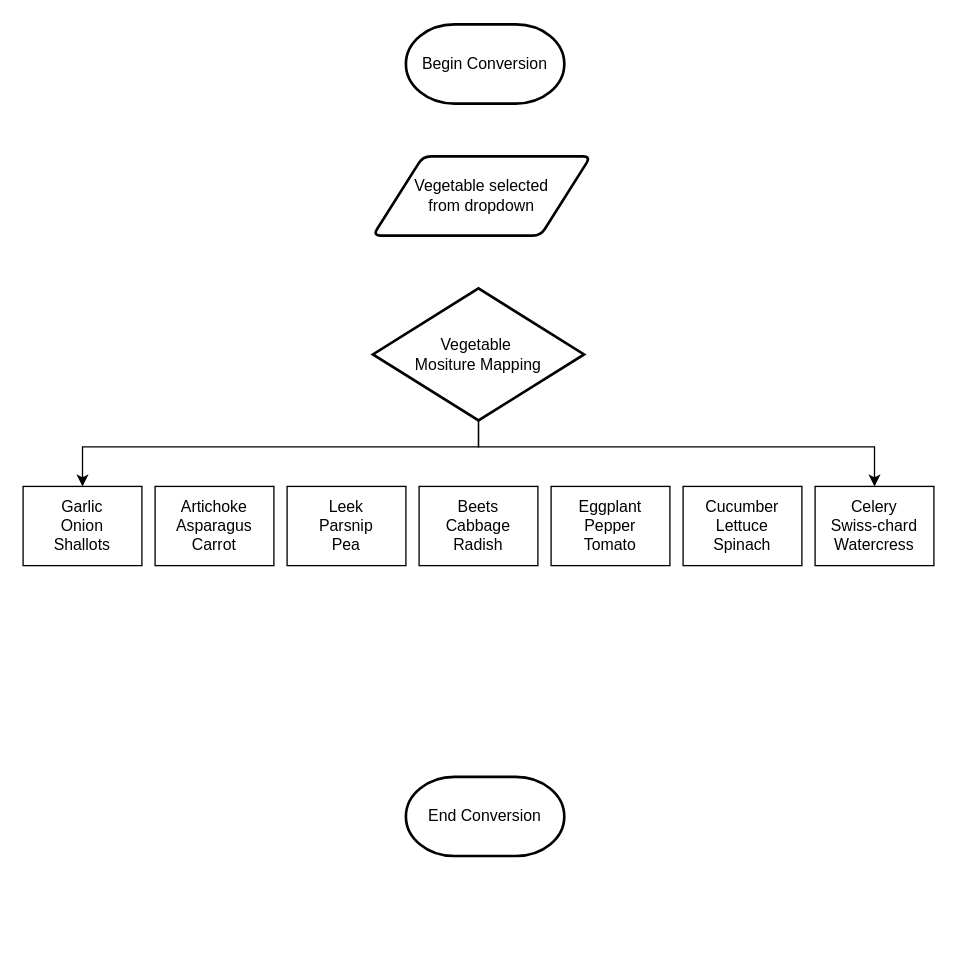
Earlier version of the draw.io diagram images/Smart Watering Conversion.drawio (jamesking020773/jamesking020773.github.io). Source tidied: cells renumbered, new cells numbered last; positions are measured from the earlier drawing's top-left corner, leaving out a move shared by most shapes. Both pictures are drawn from the tidied source at 132%, with x=0, y=0 at pixel (22, 24).
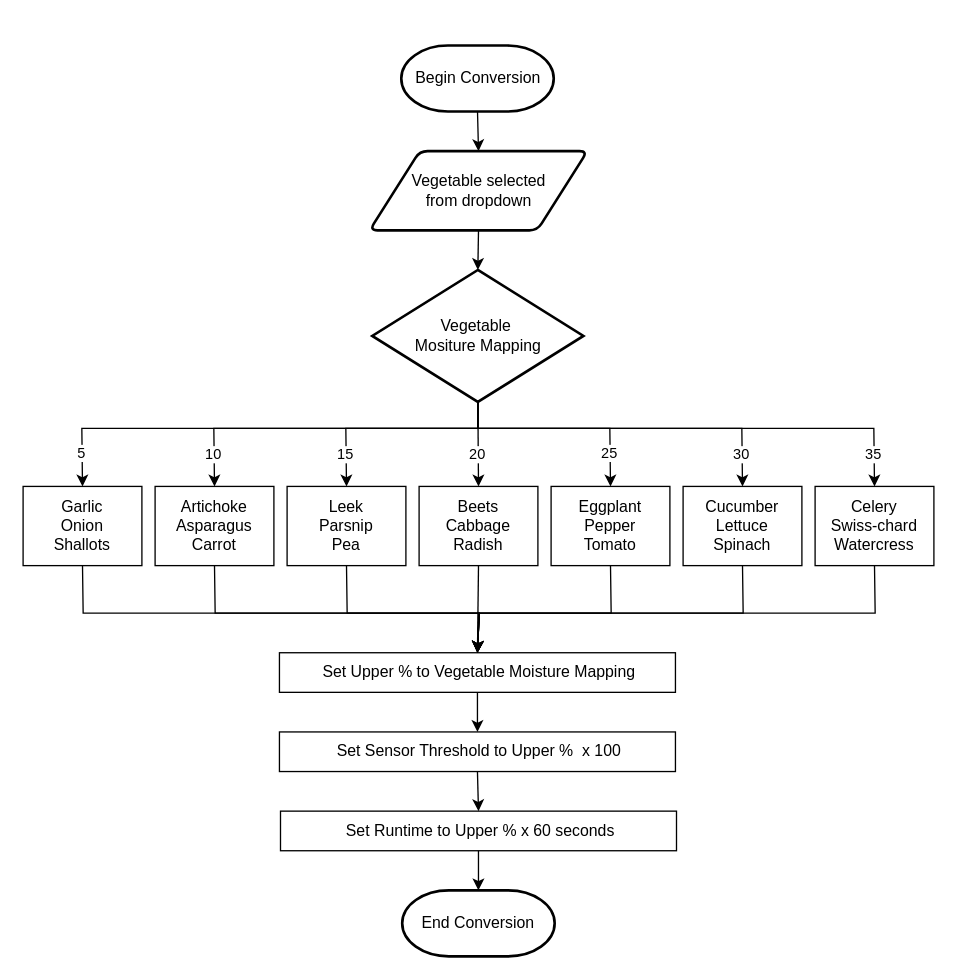
Above is the later version.

Unchanged cells that the change refers to:
```xml
<mxCell id="6" value="Garlic&lt;div&gt;Onion&lt;/div&gt;&lt;div&gt;Shallots&lt;/div&gt;" style="rounded=0;whiteSpace=wrap;html=1;" parent="1" vertex="1">
  <mxGeometry y="350" width="90" height="60" as="geometry" />
</mxCell>
<mxCell id="8" value="Leek&lt;div&gt;Parsnip&lt;/div&gt;&lt;div&gt;Pea&lt;/div&gt;" style="rounded=0;whiteSpace=wrap;html=1;" parent="1" vertex="1">
  <mxGeometry x="200" y="350" width="90" height="60" as="geometry" />
</mxCell>
<mxCell id="9" value="Artichoke&lt;div&gt;Asparagus&lt;/div&gt;&lt;div&gt;Carrot&lt;/div&gt;" style="rounded=0;whiteSpace=wrap;html=1;" parent="1" vertex="1">
  <mxGeometry x="100" y="350" width="90" height="60" as="geometry" />
</mxCell>
<mxCell id="10" value="Beets&lt;div&gt;Cabbage&lt;/div&gt;&lt;div&gt;Radish&lt;/div&gt;" style="rounded=0;whiteSpace=wrap;html=1;" parent="1" vertex="1">
  <mxGeometry x="300" y="350" width="90" height="60" as="geometry" />
</mxCell>
<mxCell id="11" value="Eggplant&lt;div&gt;Pepper&lt;/div&gt;&lt;div&gt;Tomato&lt;/div&gt;" style="rounded=0;whiteSpace=wrap;html=1;" parent="1" vertex="1">
  <mxGeometry x="400" y="350" width="90" height="60" as="geometry" />
</mxCell>
<mxCell id="12" value="Celery&lt;div&gt;Swiss-chard&lt;/div&gt;&lt;div&gt;Watercress&lt;/div&gt;" style="rounded=0;whiteSpace=wrap;html=1;" parent="1" vertex="1">
  <mxGeometry x="600" y="350" width="90" height="60" as="geometry" />
</mxCell>
<mxCell id="13" value="Cucumber&lt;div&gt;Lettuce&lt;/div&gt;&lt;div&gt;Spinach&lt;/div&gt;" style="rounded=0;whiteSpace=wrap;html=1;" parent="1" vertex="1">
  <mxGeometry x="500" y="350" width="90" height="60" as="geometry" />
</mxCell>
```

The edit, as a diff of the source:
```diff
@@
     <mxCell id="2" value="Begin Conversion" style="strokeWidth=2;html=1;shape=mxgraph.flowchart.terminator;whiteSpace=wrap;" parent="1" vertex="1">
-      <mxGeometry x="290" width="120" height="60" as="geometry" />
+      <mxGeometry x="286.5" y="16" width="115.5" height="50" as="geometry" />
     </mxCell>
     <mxCell id="3" value="End Conversion" style="strokeWidth=2;html=1;shape=mxgraph.flowchart.terminator;whiteSpace=wrap;" parent="1" vertex="1">
-      <mxGeometry x="290" y="570" width="120" height="60" as="geometry" />
+      <mxGeometry x="287.2" y="656" width="115.5" height="50" as="geometry" />
     </mxCell>
     <mxCell id="4" value="Vegetable selected&lt;div&gt;from dropdown&lt;/div&gt;" style="shape=parallelogram;html=1;strokeWidth=2;perimeter=parallelogramPerimeter;whiteSpace=wrap;rounded=1;arcSize=12;size=0.23;" parent="1" vertex="1">
-      <mxGeometry x="265" y="100" width="165" height="60" as="geometry" />
+      <mxGeometry x="262.5" y="96" width="165" height="60" as="geometry" />
     </mxCell>
     <mxCell id="5" value="Vegetable&amp;nbsp;&lt;div&gt;Mositure Mapping&lt;/div&gt;" style="strokeWidth=2;html=1;shape=mxgraph.flowchart.decision;whiteSpace=wrap;" parent="1" vertex="1">
-      <mxGeometry x="265" y="200" width="160" height="100" as="geometry" />
+      <mxGeometry x="264.5" y="186" width="160" height="100" as="geometry" />
     </mxCell>
@@
     <mxCell id="7" style="endArrow=classic;html=1;rounded=0;exitX=0.5;exitY=1;exitDx=0;exitDy=0;exitPerimeter=0;entryX=0.5;entryY=0;entryDx=0;entryDy=0;" parent="1" edge="1" source="5" target="6">
       <mxGeometry relative="1" as="geometry">
         <Array as="points">
-          <mxPoint x="345" y="320" />
-          <mxPoint x="45" y="320" />
+          <mxPoint x="344.5" y="306" />
+          <mxPoint x="44.5" y="306" />
         </Array>
       </mxGeometry>
     </mxCell>
+    <mxCell id="15" value="5" style="edgeLabel;html=1;align=center;verticalAlign=middle;" parent="7" vertex="1">
+      <mxGeometry x="0.92" relative="1" as="geometry">
+        <mxPoint x="-1" y="-10" as="offset" />
+      </mxGeometry>
+    </mxCell>
@@
     <mxCell id="14" style="endArrow=classic;html=1;rounded=0;exitX=0.5;exitY=1;exitDx=0;exitDy=0;exitPerimeter=0;entryX=0.5;entryY=0;entryDx=0;entryDy=0;" parent="1" edge="1" source="5" target="12">
       <mxGeometry relative="1" as="geometry">
         <Array as="points">
-          <mxPoint x="345" y="320" />
-          <mxPoint x="645" y="320" />
+          <mxPoint x="344.5" y="306" />
+          <mxPoint x="644.5" y="306" />
         </Array>
       </mxGeometry>
     </mxCell>
+    <mxCell id="16" value="35" style="edgeLabel;html=1;align=center;verticalAlign=middle;" parent="14" vertex="1">
+      <mxGeometry x="0.91" y="-1" relative="1" as="geometry">
+        <mxPoint y="-9" as="offset" />
+      </mxGeometry>
+    </mxCell>
+    <mxCell id="17" style="endArrow=classic;html=1;rounded=0;exitX=0.5;exitY=1;exitDx=0;exitDy=0;exitPerimeter=0;entryX=0.5;entryY=0;entryDx=0;entryDy=0;" parent="1" edge="1" source="5" target="10">
+      <mxGeometry relative="1" as="geometry" />
+    </mxCell>
+    <mxCell id="18" value="20" style="edgeLabel;html=1;align=center;verticalAlign=middle;" parent="17" vertex="1">
+      <mxGeometry x="0.36" y="1" relative="1" as="geometry">
+        <mxPoint x="-2" y="-4" as="offset" />
+      </mxGeometry>
+    </mxCell>
+    <mxCell id="19" style="endArrow=classic;html=1;rounded=0;exitX=0.5;exitY=1;exitDx=0;exitDy=0;exitPerimeter=0;entryX=0.5;entryY=0;entryDx=0;entryDy=0;" parent="1" edge="1" source="5" target="8">
+      <mxGeometry relative="1" as="geometry">
+        <Array as="points">
+          <mxPoint x="344.5" y="306" />
+          <mxPoint x="244.5" y="306" />
+        </Array>
+      </mxGeometry>
+    </mxCell>
+    <mxCell id="20" value="15" style="edgeLabel;html=1;align=center;verticalAlign=middle;" parent="19" vertex="1">
+      <mxGeometry x="0.8" relative="1" as="geometry">
+        <mxPoint x="-1" y="-8" as="offset" />
+      </mxGeometry>
+    </mxCell>
+    <mxCell id="21" style="endArrow=classic;html=1;rounded=0;entryX=0.5;entryY=0;entryDx=0;entryDy=0;exitX=0.5;exitY=1;exitDx=0;exitDy=0;exitPerimeter=0;" parent="1" edge="1" source="5" target="11">
+      <mxGeometry relative="1" as="geometry">
+        <Array as="points">
+          <mxPoint x="344.5" y="306" />
+          <mxPoint x="444.5" y="306" />
+        </Array>
+      </mxGeometry>
+    </mxCell>
+    <mxCell id="22" value="25" style="edgeLabel;html=1;align=center;verticalAlign=middle;" parent="21" vertex="1">
+      <mxGeometry x="0.81" y="2" relative="1" as="geometry">
+        <mxPoint x="-3" y="-9" as="offset" />
+      </mxGeometry>
+    </mxCell>
+    <mxCell id="23" style="endArrow=classic;html=1;rounded=0;exitX=0.5;exitY=1;exitDx=0;exitDy=0;exitPerimeter=0;entryX=0.5;entryY=0;entryDx=0;entryDy=0;" parent="1" edge="1" source="5" target="13">
+      <mxGeometry relative="1" as="geometry">
+        <Array as="points">
+          <mxPoint x="344.5" y="306" />
+          <mxPoint x="544.5" y="306" />
+        </Array>
+      </mxGeometry>
+    </mxCell>
+    <mxCell id="24" value="30" style="edgeLabel;html=1;align=center;verticalAlign=middle;" parent="23" vertex="1">
+      <mxGeometry x="0.87" y="2" relative="1" as="geometry">
+        <mxPoint x="-3" y="-7" as="offset" />
+      </mxGeometry>
+    </mxCell>
+    <mxCell id="25" style="endArrow=classic;html=1;rounded=0;exitX=0.5;exitY=1;exitDx=0;exitDy=0;exitPerimeter=0;entryX=0.5;entryY=0;entryDx=0;entryDy=0;" parent="1" edge="1" source="5" target="9">
+      <mxGeometry relative="1" as="geometry">
+        <Array as="points">
+          <mxPoint x="344.5" y="306" />
+          <mxPoint x="144.5" y="306" />
+        </Array>
+      </mxGeometry>
+    </mxCell>
+    <mxCell id="26" value="10" style="edgeLabel;html=1;align=center;verticalAlign=middle;" parent="25" vertex="1">
+      <mxGeometry x="0.87" y="1" relative="1" as="geometry">
+        <mxPoint x="-2" y="-7" as="offset" />
+      </mxGeometry>
+    </mxCell>
+    <mxCell id="27" style="endArrow=classic;html=1;rounded=0;exitX=0.5;exitY=1;exitDx=0;exitDy=0;exitPerimeter=0;entryX=0.5;entryY=0;entryDx=0;entryDy=0;" parent="1" edge="1" source="2" target="4">
+      <mxGeometry relative="1" as="geometry" />
+    </mxCell>
+    <mxCell id="28" style="endArrow=classic;html=1;rounded=0;exitX=0.5;exitY=1;exitDx=0;exitDy=0;entryX=0.5;entryY=0;entryDx=0;entryDy=0;entryPerimeter=0;" parent="1" edge="1" source="4" target="5">
+      <mxGeometry relative="1" as="geometry" />
+    </mxCell>
+    <mxCell id="29" value="&amp;nbsp;Set Upper % to Vegetable Moisture Mapping" style="rounded=0;whiteSpace=wrap;html=1;" parent="1" vertex="1">
+      <mxGeometry x="194.2" y="476" width="300" height="30" as="geometry" />
+    </mxCell>
+    <mxCell id="30" value="&amp;nbsp;Set Sensor Threshold to Upper %&amp;nbsp; x 100" style="rounded=0;whiteSpace=wrap;html=1;" parent="1" vertex="1">
+      <mxGeometry x="194.2" y="536" width="300" height="30" as="geometry" />
+    </mxCell>
+    <mxCell id="31" value="&amp;nbsp;Set Runtime to Upper % x 60 seconds" style="rounded=0;whiteSpace=wrap;html=1;" parent="1" vertex="1">
+      <mxGeometry x="195" y="596" width="300" height="30" as="geometry" />
+    </mxCell>
+    <mxCell id="32" style="endArrow=classic;html=1;rounded=0;exitX=0.5;exitY=1;exitDx=0;exitDy=0;entryX=0.5;entryY=0;entryDx=0;entryDy=0;" parent="1" edge="1" source="6" target="29">
+      <mxGeometry relative="1" as="geometry">
+        <Array as="points">
+          <mxPoint x="45.5" y="446" />
+          <mxPoint x="345.5" y="446" />
+        </Array>
+      </mxGeometry>
+    </mxCell>
+    <mxCell id="33" style="endArrow=classic;html=1;rounded=0;exitX=0.5;exitY=1;exitDx=0;exitDy=0;entryX=0.5;entryY=0;entryDx=0;entryDy=0;" parent="1" edge="1" source="9" target="29">
+      <mxGeometry relative="1" as="geometry">
+        <Array as="points">
+          <mxPoint x="145.5" y="446" />
+          <mxPoint x="345.5" y="446" />
+        </Array>
+      </mxGeometry>
+    </mxCell>
+    <mxCell id="34" style="endArrow=classic;html=1;rounded=0;exitX=0.5;exitY=1;exitDx=0;exitDy=0;entryX=0.5;entryY=0;entryDx=0;entryDy=0;" parent="1" edge="1" source="8" target="29">
+      <mxGeometry relative="1" as="geometry">
+        <Array as="points">
+          <mxPoint x="245.5" y="446" />
+          <mxPoint x="345.5" y="446" />
+        </Array>
+      </mxGeometry>
+    </mxCell>
+    <mxCell id="35" style="endArrow=classic;html=1;rounded=0;exitX=0.5;exitY=1;exitDx=0;exitDy=0;entryX=0.5;entryY=0;entryDx=0;entryDy=0;" parent="1" edge="1" source="10" target="29">
+      <mxGeometry relative="1" as="geometry" />
+    </mxCell>
+    <mxCell id="36" style="endArrow=classic;html=1;rounded=0;exitX=0.5;exitY=1;exitDx=0;exitDy=0;entryX=0.5;entryY=0;entryDx=0;entryDy=0;" parent="1" edge="1" source="11" target="29">
+      <mxGeometry relative="1" as="geometry">
+        <Array as="points">
+          <mxPoint x="445.5" y="446" />
+          <mxPoint x="345.5" y="446" />
+        </Array>
+      </mxGeometry>
+    </mxCell>
+    <mxCell id="37" style="endArrow=classic;html=1;rounded=0;exitX=0.5;exitY=1;exitDx=0;exitDy=0;entryX=0.5;entryY=0;entryDx=0;entryDy=0;" parent="1" edge="1" source="13" target="29">
+      <mxGeometry relative="1" as="geometry">
+        <Array as="points">
+          <mxPoint x="545.5" y="446" />
+          <mxPoint x="345.5" y="446" />
+        </Array>
+      </mxGeometry>
+    </mxCell>
+    <mxCell id="38" style="endArrow=classic;html=1;rounded=0;exitX=0.5;exitY=1;exitDx=0;exitDy=0;entryX=0.5;entryY=0;entryDx=0;entryDy=0;" parent="1" edge="1" source="12" target="29">
+      <mxGeometry relative="1" as="geometry">
+        <Array as="points">
+          <mxPoint x="645.5" y="446" />
+          <mxPoint x="345.5" y="446" />
+        </Array>
+      </mxGeometry>
+    </mxCell>
+    <mxCell id="39" style="endArrow=classic;html=1;rounded=0;exitX=0.5;exitY=1;exitDx=0;exitDy=0;entryX=0.5;entryY=0;entryDx=0;entryDy=0;" parent="1" edge="1" source="29" target="30">
+      <mxGeometry relative="1" as="geometry" />
+    </mxCell>
+    <mxCell id="40" style="endArrow=classic;html=1;rounded=0;exitX=0.5;exitY=1;exitDx=0;exitDy=0;entryX=0.5;entryY=0;entryDx=0;entryDy=0;" parent="1" edge="1" source="30" target="31">
+      <mxGeometry relative="1" as="geometry" />
+    </mxCell>
+    <mxCell id="41" style="endArrow=classic;html=1;rounded=0;exitX=0.5;exitY=1;exitDx=0;exitDy=0;entryX=0.5;entryY=0;entryDx=0;entryDy=0;entryPerimeter=0;" parent="1" edge="1" source="31" target="3">
+      <mxGeometry relative="1" as="geometry" />
+    </mxCell>
```
